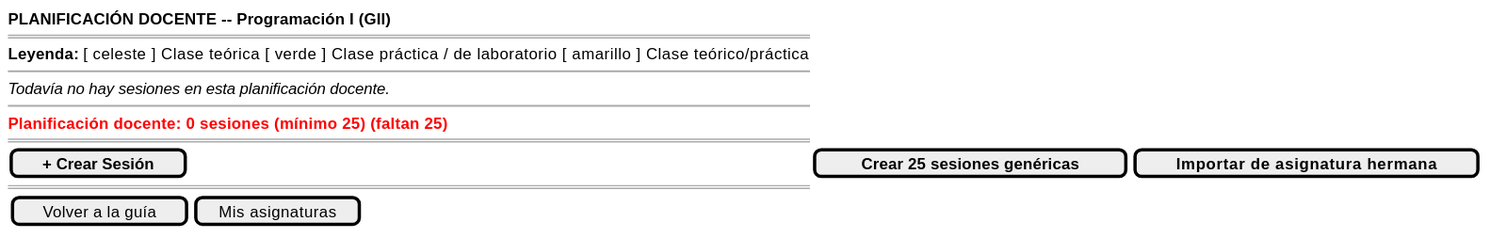
This is images/RUP/01-requisitos/03-detalle-casos-uso/abrirPlanificacionDocente/wireframe-vacia.svg from mmasias/pyCeldaPublico, a PlantUML export, as it was before one commit.
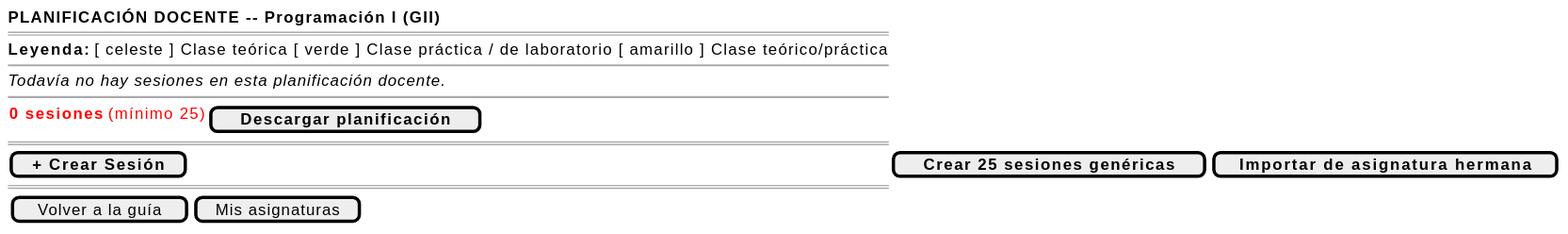
Later version of the same file.

Diff of the diagram source:
```diff
@@ -6,7 +6,7 @@
     ~~
     <i>Todavía no hay sesiones en esta planificación docente.</i>
     ~~
-    <color:red><b>Planificación docente: 0 sesiones (mínimo 25) (faltan 25)</b></color>
+    {<color:red><b>0 sesiones</b> (mínimo 25)</color> | [ <b>Descargar planificación</b> ]}
     ====
     [ <b>+ Crear Sesión</b> ] | [ <b>Crear 25 sesiones genéricas</b> ] | [ <b>Importar de asignatura hermana</b> ]
     ====
```
